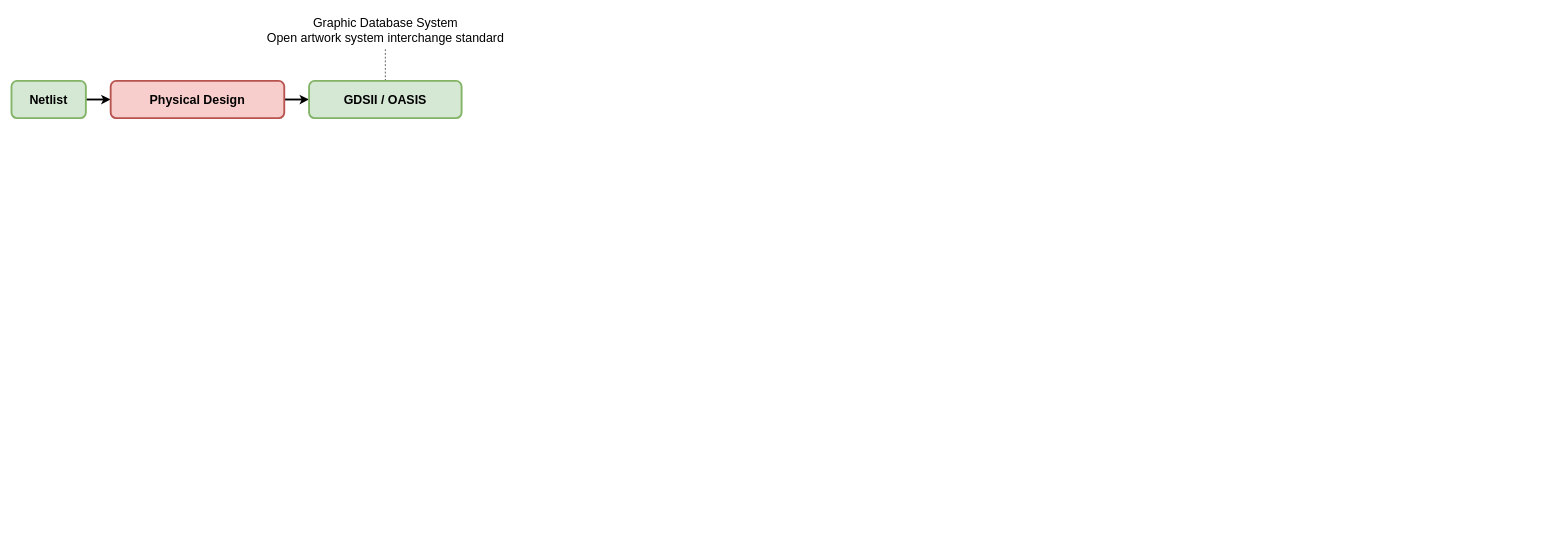
This is Video 11.drawio from T-Maharshi-Sanand-Yadav/draw.io, a draw.io file, before an edit. Source tidied: cells renumbered, new cells numbered last; positions are measured from the earlier drawing's top-left corner, leaving out a move shared by most shapes. Both pictures are drawn from the tidied source at 62%, with x=0, y=0 at pixel (11, 11).
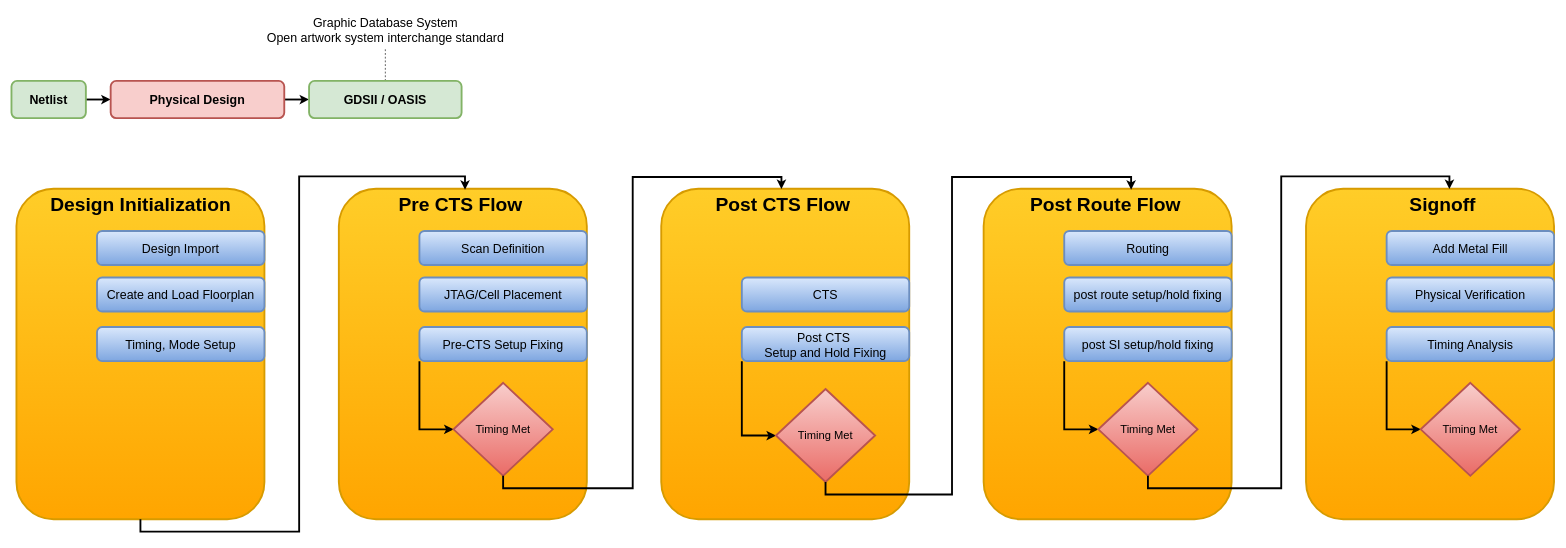
The same page after the edit.

What changed in the source:
```diff
@@
-<mxGraphModel>
+<mxGraphModel background="#FFFFFF">
@@
+    <mxCell id="9" style="group;" parent="1" vertex="1">
+      <mxGeometry x="8" y="267" width="2480" height="573" as="geometry" />
+    </mxCell>
+    <mxCell id="10" style="rounded=1;whiteSpace=wrap;html=1;fontSize=20;strokeWidth=3;fillColor=#ffcd28;strokeColor=#d79b00;gradientColor=#ffa500;" parent="9" vertex="1">
+      <mxGeometry y="20" width="400" height="533" as="geometry" />
+    </mxCell>
+    <mxCell id="11" value="Design Import" style="rounded=1;whiteSpace=wrap;html=1;fontSize=20;strokeWidth=3;fillColor=#dae8fc;strokeColor=#6c8ebf;gradientColor=#7ea6e0;" parent="9" vertex="1">
+      <mxGeometry x="130" y="88" width="270" height="55" as="geometry" />
+    </mxCell>
+    <mxCell id="12" value="Create and Load Floorplan" style="rounded=1;whiteSpace=wrap;html=1;fontSize=20;strokeWidth=3;fillColor=#dae8fc;strokeColor=#6c8ebf;gradientColor=#7ea6e0;" parent="9" vertex="1">
+      <mxGeometry x="130" y="163" width="270" height="55" as="geometry" />
+    </mxCell>
+    <mxCell id="13" value="Timing, Mode Setup" style="rounded=1;whiteSpace=wrap;html=1;fontSize=20;strokeWidth=3;fillColor=#dae8fc;strokeColor=#6c8ebf;gradientColor=#7ea6e0;" parent="9" vertex="1">
+      <mxGeometry x="130" y="243" width="270" height="55" as="geometry" />
+    </mxCell>
+    <mxCell id="14" value="Design Initialization" style="text;html=1;align=center;verticalAlign=middle;strokeColor=none;fillColor=none;fontSize=31;strokeWidth=3;fontStyle=1;" parent="9" vertex="1">
+      <mxGeometry x="55" y="20" width="290" height="50" as="geometry" />
+    </mxCell>
+    <mxCell id="15" style="rounded=1;whiteSpace=wrap;html=1;fontSize=20;strokeWidth=3;fillColor=#ffcd28;strokeColor=#d79b00;gradientColor=#ffa500;" parent="9" vertex="1">
+      <mxGeometry x="520" y="20" width="400" height="533" as="geometry" />
+    </mxCell>
+    <mxCell id="16" value="Scan Definition" style="rounded=1;whiteSpace=wrap;html=1;fontSize=20;strokeWidth=3;fillColor=#dae8fc;strokeColor=#6c8ebf;gradientColor=#7ea6e0;" parent="9" vertex="1">
+      <mxGeometry x="650" y="88" width="270" height="55" as="geometry" />
+    </mxCell>
+    <mxCell id="17" value="JTAG/Cell Placement" style="rounded=1;whiteSpace=wrap;html=1;fontSize=20;strokeWidth=3;fillColor=#dae8fc;strokeColor=#6c8ebf;gradientColor=#7ea6e0;" parent="9" vertex="1">
+      <mxGeometry x="650" y="163" width="270" height="55" as="geometry" />
+    </mxCell>
+    <mxCell id="18" style="edgeStyle=orthogonalEdgeStyle;rounded=0;jettySize=auto;html=1;exitX=0;exitY=1;exitDx=0;exitDy=0;entryX=0;entryY=0.5;entryDx=0;entryDy=0;strokeWidth=3;" parent="9" edge="1" source="19" target="38">
+      <mxGeometry relative="1" as="geometry" />
+    </mxCell>
+    <mxCell id="19" value="Pre-CTS Setup Fixing" style="rounded=1;whiteSpace=wrap;html=1;fontSize=20;strokeWidth=3;fillColor=#dae8fc;strokeColor=#6c8ebf;gradientColor=#7ea6e0;" parent="9" vertex="1">
+      <mxGeometry x="650" y="243" width="270" height="55" as="geometry" />
+    </mxCell>
+    <mxCell id="20" value="Pre CTS Flow" style="text;html=1;align=center;verticalAlign=middle;points=[];strokeColor=none;fillColor=none;fontSize=31;strokeWidth=3;fontStyle=1;" parent="9" vertex="1">
+      <mxGeometry x="610" y="21" width="211" height="49" as="geometry" />
+    </mxCell>
+    <mxCell id="21" style="rounded=1;whiteSpace=wrap;html=1;fontSize=20;strokeWidth=3;fillColor=#ffcd28;strokeColor=#d79b00;gradientColor=#ffa500;" parent="9" vertex="1">
+      <mxGeometry x="1040" y="20" width="400" height="533" as="geometry" />
+    </mxCell>
+    <mxCell id="22" value="CTS" style="rounded=1;whiteSpace=wrap;html=1;fontSize=20;strokeWidth=3;fillColor=#dae8fc;gradientColor=#7ea6e0;strokeColor=#6c8ebf;" parent="9" vertex="1">
+      <mxGeometry x="1170" y="163" width="270" height="55" as="geometry" />
+    </mxCell>
+    <mxCell id="23" style="edgeStyle=orthogonalEdgeStyle;rounded=0;jettySize=auto;html=1;exitX=0;exitY=1;exitDx=0;exitDy=0;entryX=0;entryY=0.5;entryDx=0;entryDy=0;strokeWidth=3;" parent="9" edge="1" source="24" target="39">
+      <mxGeometry relative="1" as="geometry" />
+    </mxCell>
+    <mxCell id="24" value="Post CTS&amp;nbsp;&lt;div&gt;Setup and Hold Fixing&lt;/div&gt;" style="rounded=1;whiteSpace=wrap;html=1;fontSize=20;strokeWidth=3;fillColor=#dae8fc;gradientColor=#7ea6e0;strokeColor=#6c8ebf;" parent="9" vertex="1">
+      <mxGeometry x="1170" y="243" width="270" height="55" as="geometry" />
+    </mxCell>
+    <mxCell id="25" value="Post CTS Flow" style="text;html=1;align=center;verticalAlign=middle;points=[];strokeColor=none;fillColor=none;fontSize=31;strokeWidth=3;fontStyle=1;" parent="9" vertex="1">
+      <mxGeometry x="1123" y="21" width="225" height="49" as="geometry" />
+    </mxCell>
+    <mxCell id="26" style="rounded=1;whiteSpace=wrap;html=1;fontSize=20;strokeWidth=3;fillColor=#ffcd28;strokeColor=#d79b00;gradientColor=#ffa500;" parent="9" vertex="1">
+      <mxGeometry x="1560" y="20" width="400" height="533" as="geometry" />
+    </mxCell>
+    <mxCell id="27" value="Routing" style="rounded=1;whiteSpace=wrap;html=1;fontSize=20;strokeWidth=3;fillColor=#dae8fc;gradientColor=#7ea6e0;strokeColor=#6c8ebf;" parent="9" vertex="1">
+      <mxGeometry x="1690" y="88" width="270" height="55" as="geometry" />
+    </mxCell>
+    <mxCell id="28" value="post route setup/hold fixing" style="rounded=1;whiteSpace=wrap;html=1;fontSize=20;strokeWidth=3;fillColor=#dae8fc;gradientColor=#7ea6e0;strokeColor=#6c8ebf;" parent="9" vertex="1">
+      <mxGeometry x="1690" y="163" width="270" height="55" as="geometry" />
+    </mxCell>
+    <mxCell id="29" style="edgeStyle=orthogonalEdgeStyle;rounded=0;jettySize=auto;html=1;exitX=0;exitY=1;exitDx=0;exitDy=0;entryX=0;entryY=0.5;entryDx=0;entryDy=0;strokeWidth=3;" parent="9" edge="1" source="30" target="40">
+      <mxGeometry relative="1" as="geometry" />
+    </mxCell>
+    <mxCell id="30" value="post SI setup/hold fixing" style="rounded=1;whiteSpace=wrap;html=1;fontSize=20;strokeWidth=3;fillColor=#dae8fc;gradientColor=#7ea6e0;strokeColor=#6c8ebf;" parent="9" vertex="1">
+      <mxGeometry x="1690" y="243" width="270" height="55" as="geometry" />
+    </mxCell>
+    <mxCell id="31" value="Post Route Flow" style="text;html=1;align=center;verticalAlign=middle;points=[];strokeColor=none;fillColor=none;fontSize=31;strokeWidth=3;fontStyle=1;" parent="9" vertex="1">
+      <mxGeometry x="1633" y="21" width="245" height="49" as="geometry" />
+    </mxCell>
+    <mxCell id="32" style="rounded=1;whiteSpace=wrap;html=1;fontSize=20;strokeWidth=3;fillColor=#ffcd28;strokeColor=#d79b00;gradientColor=#ffa500;" parent="9" vertex="1">
+      <mxGeometry x="2080" y="20" width="400" height="533" as="geometry" />
+    </mxCell>
+    <mxCell id="33" value="Add Metal Fill" style="rounded=1;whiteSpace=wrap;html=1;fontSize=20;strokeWidth=3;fillColor=#dae8fc;gradientColor=#7ea6e0;strokeColor=#6c8ebf;" parent="9" vertex="1">
+      <mxGeometry x="2210" y="88" width="270" height="55" as="geometry" />
+    </mxCell>
+    <mxCell id="34" value="Physical Verification" style="rounded=1;whiteSpace=wrap;html=1;fontSize=20;strokeWidth=3;fillColor=#dae8fc;gradientColor=#7ea6e0;strokeColor=#6c8ebf;" parent="9" vertex="1">
+      <mxGeometry x="2210" y="163" width="270" height="55" as="geometry" />
+    </mxCell>
+    <mxCell id="35" style="edgeStyle=orthogonalEdgeStyle;rounded=0;jettySize=auto;html=1;exitX=0;exitY=1;exitDx=0;exitDy=0;entryX=0;entryY=0.5;entryDx=0;entryDy=0;strokeWidth=3;" parent="9" edge="1" source="36" target="41">
+      <mxGeometry relative="1" as="geometry" />
+    </mxCell>
+    <mxCell id="36" value="Timing Analysis" style="rounded=1;whiteSpace=wrap;html=1;fontSize=20;strokeWidth=3;fillColor=#dae8fc;gradientColor=#7ea6e0;strokeColor=#6c8ebf;" parent="9" vertex="1">
+      <mxGeometry x="2210" y="243" width="270" height="55" as="geometry" />
+    </mxCell>
+    <mxCell id="37" value="Signoff" style="text;html=1;align=center;verticalAlign=middle;points=[];strokeColor=none;fillColor=none;fontSize=31;strokeWidth=3;fontStyle=1;" parent="9" vertex="1">
+      <mxGeometry x="2243" y="21" width="114" height="49" as="geometry" />
+    </mxCell>
+    <mxCell id="38" value="&lt;font style=&quot;font-size: 18px;&quot;&gt;Timing Met&lt;/font&gt;" style="rhombus;whiteSpace=wrap;html=1;strokeWidth=3;fillColor=#f8cecc;gradientColor=#ea6b66;strokeColor=#b85450;" parent="9" vertex="1">
+      <mxGeometry x="705" y="333" width="160" height="150" as="geometry" />
+    </mxCell>
+    <mxCell id="39" value="&lt;font style=&quot;font-size: 18px;&quot;&gt;Timing Met&lt;/font&gt;" style="rhombus;whiteSpace=wrap;html=1;strokeWidth=3;fillColor=#f8cecc;gradientColor=#ea6b66;strokeColor=#b85450;" parent="9" vertex="1">
+      <mxGeometry x="1225" y="343" width="160" height="150" as="geometry" />
+    </mxCell>
+    <mxCell id="40" value="&lt;font style=&quot;font-size: 18px;&quot;&gt;Timing Met&lt;/font&gt;" style="rhombus;whiteSpace=wrap;html=1;strokeWidth=3;fillColor=#f8cecc;gradientColor=#ea6b66;strokeColor=#b85450;" parent="9" vertex="1">
+      <mxGeometry x="1745" y="333" width="160" height="150" as="geometry" />
+    </mxCell>
+    <mxCell id="41" value="&lt;font style=&quot;font-size: 18px;&quot;&gt;Timing Met&lt;/font&gt;" style="rhombus;whiteSpace=wrap;html=1;strokeWidth=3;fillColor=#f8cecc;gradientColor=#ea6b66;strokeColor=#b85450;" parent="9" vertex="1">
+      <mxGeometry x="2265" y="333" width="160" height="150" as="geometry" />
+    </mxCell>
+    <mxCell id="42" style="edgeStyle=orthogonalEdgeStyle;rounded=0;jettySize=auto;html=1;exitX=0.5;exitY=1;exitDx=0;exitDy=0;entryX=0.493;entryY=-0.012;entryDx=0;entryDy=0;entryPerimeter=0;strokeWidth=3;" parent="9" edge="1" source="38" target="25">
+      <mxGeometry relative="1" as="geometry" />
+    </mxCell>
+    <mxCell id="43" style="edgeStyle=orthogonalEdgeStyle;rounded=0;jettySize=auto;html=1;exitX=0.5;exitY=1;exitDx=0;exitDy=0;entryX=0.673;entryY=0.012;entryDx=0;entryDy=0;entryPerimeter=0;strokeWidth=3;" parent="9" edge="1" source="39" target="31">
+      <mxGeometry relative="1" as="geometry" />
+    </mxCell>
+    <mxCell id="44" style="edgeStyle=orthogonalEdgeStyle;rounded=0;jettySize=auto;html=1;exitX=0.5;exitY=1;exitDx=0;exitDy=0;entryX=0.538;entryY=0.011;entryDx=0;entryDy=0;entryPerimeter=0;strokeWidth=3;" parent="9" edge="1" source="10" target="20">
+      <mxGeometry relative="1" as="geometry">
+        <Array as="points">
+          <mxPoint x="200" y="573" />
+          <mxPoint x="456" y="573" />
+          <mxPoint x="456" />
+          <mxPoint x="724" />
+        </Array>
+      </mxGeometry>
+    </mxCell>
+    <mxCell id="45" style="edgeStyle=orthogonalEdgeStyle;rounded=0;jettySize=auto;html=1;exitX=0.5;exitY=1;exitDx=0;exitDy=0;entryX=0.599;entryY=-0.011;entryDx=0;entryDy=0;entryPerimeter=0;strokeWidth=3;" parent="9" edge="1" source="40" target="37">
+      <mxGeometry relative="1" as="geometry">
+        <Array as="points">
+          <mxPoint x="1825" y="503" />
+          <mxPoint x="2040" y="503" />
+          <mxPoint x="2040" />
+          <mxPoint x="2312" />
+        </Array>
+      </mxGeometry>
+    </mxCell>
```
